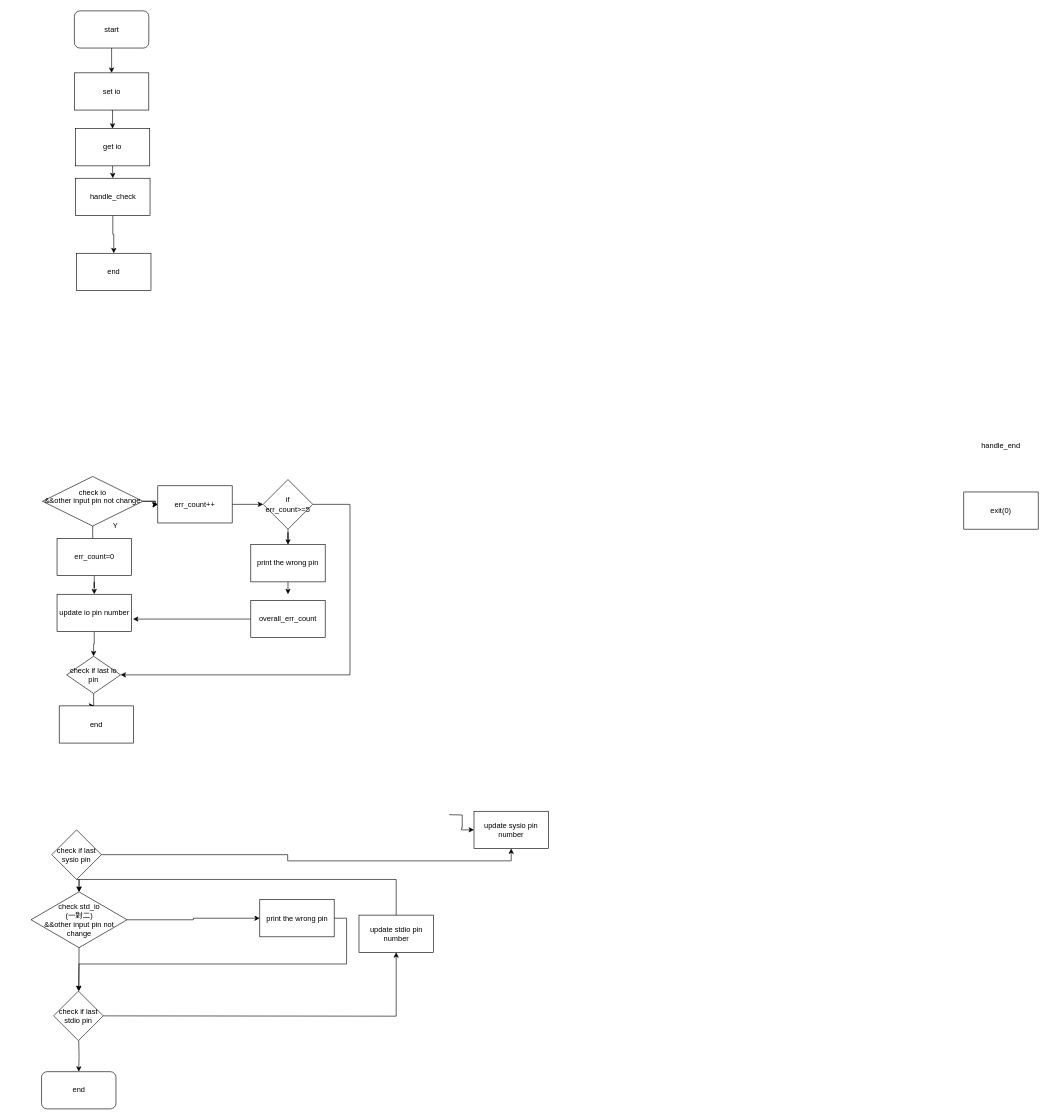
Above: io_test_rewrite.drawio in eziohzy/FlowChartRepository (draw.io), before the change. Source tidied: cells renumbered, new cells numbered last; positions are measured from the earlier drawing's top-left corner, leaving out a move shared by most shapes. Both pictures are drawn from the tidied source at 62%, with x=0, y=0 at pixel (31, 11).
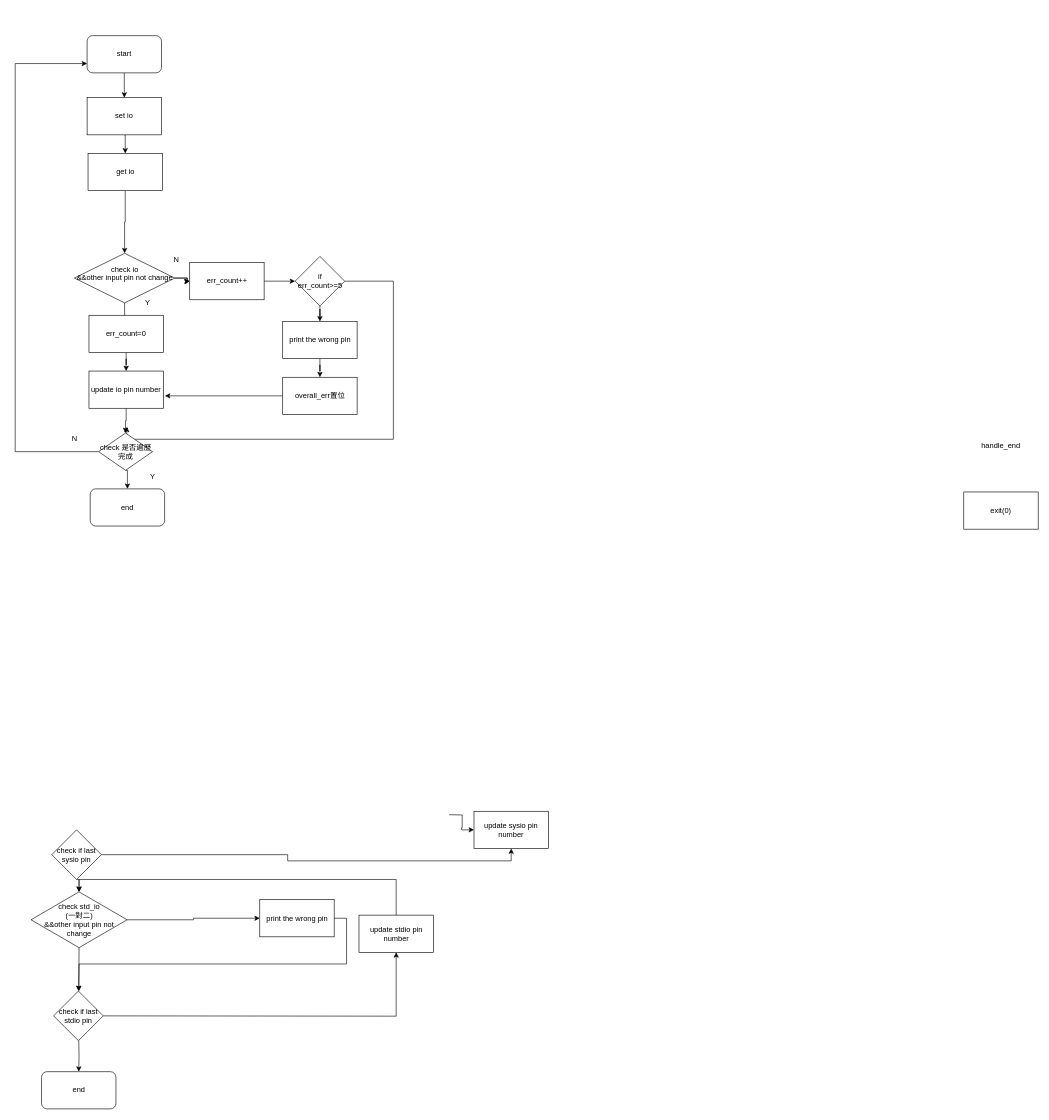
The same page after the edit.

The edit, as a diff of the source:
```diff
@@
     <mxCell id="2" style="edgeStyle=orthogonalEdgeStyle;rounded=0;jettySize=auto;html=1;" parent="1" edge="1" source="5">
       <mxGeometry relative="1" as="geometry">
-        <mxPoint x="204" y="796" as="targetPoint" />
+        <mxPoint x="255.5" y="436" as="targetPoint" />
       </mxGeometry>
     </mxCell>
@@
     <mxCell id="4" style="edgeStyle=orthogonalEdgeStyle;rounded=0;jettySize=auto;html=1;" parent="1" edge="1" source="5">
       <mxGeometry relative="1" as="geometry">
-        <mxPoint x="99" y="871" as="targetPoint" />
+        <mxPoint x="150.5" y="511" as="targetPoint" />
       </mxGeometry>
     </mxCell>
     <mxCell id="5" value="&lt;div&gt;check io&lt;/div&gt;&lt;div&gt;&amp;amp;&amp;amp;other input pin not change&lt;br&gt;&lt;/div&gt;&lt;div&gt;&lt;br&gt;&lt;/div&gt;" style="rhombus;whiteSpace=wrap;html=1;" parent="1" vertex="1">
-      <mxGeometry x="18" y="751" width="162" height="80" as="geometry" />
+      <mxGeometry x="69.5" y="391" width="162" height="80" as="geometry" />
     </mxCell>
@@
     <mxCell id="9" value="Y" style="text;html=1;strokeColor=none;fillColor=none;align=center;verticalAlign=middle;whiteSpace=wrap;rounded=0;" parent="1" vertex="1">
-      <mxGeometry x="116" y="821" width="40" height="20" as="geometry" />
+      <mxGeometry x="167.5" y="461" width="40" height="20" as="geometry" />
     </mxCell>
@@
     <mxCell id="24" value="start" style="rounded=1;whiteSpace=wrap;html=1;" parent="1" vertex="1">
-      <mxGeometry x="69.5" width="120" height="60" as="geometry" />
+      <mxGeometry x="90" y="40" width="120" height="60" as="geometry" />
     </mxCell>
@@
     <mxCell id="26" value="set io" style="rounded=0;whiteSpace=wrap;html=1;" parent="1" vertex="1">
-      <mxGeometry x="69.5" y="100" width="120" height="60" as="geometry" />
+      <mxGeometry x="90" y="140" width="120" height="60" as="geometry" />
     </mxCell>
-    <mxCell id="27" style="edgeStyle=orthogonalEdgeStyle;rounded=0;jettySize=auto;html=1;exitX=0.5;exitY=1;exitDx=0;exitDy=0;entryX=0.5;entryY=0;entryDx=0;entryDy=0;" parent="1" edge="1" source="28" target="42">
+    <mxCell id="27" style="edgeStyle=orthogonalEdgeStyle;rounded=0;jettySize=auto;html=1;exitX=0.5;exitY=1;exitDx=0;exitDy=0;entryX=0.5;entryY=0;entryDx=0;entryDy=0;" parent="1" edge="1" source="28" target="5">
       <mxGeometry relative="1" as="geometry" />
     </mxCell>
     <mxCell id="28" value="get io" style="rounded=0;whiteSpace=wrap;html=1;" parent="1" vertex="1">
-      <mxGeometry x="71" y="190" width="120" height="60" as="geometry" />
+      <mxGeometry x="91.5" y="230" width="120" height="60" as="geometry" />
     </mxCell>
@@
     <mxCell id="30" value="err_count++" style="rounded=0;whiteSpace=wrap;html=1;" parent="1" vertex="1">
-      <mxGeometry x="204" y="766" width="120" height="60" as="geometry" />
+      <mxGeometry x="255.5" y="406" width="120" height="60" as="geometry" />
     </mxCell>
@@
     <mxCell id="32" value="err_count=0" style="rounded=0;whiteSpace=wrap;html=1;" parent="1" vertex="1">
-      <mxGeometry x="41.5" y="851" width="120" height="60" as="geometry" />
+      <mxGeometry x="93" y="491" width="120" height="60" as="geometry" />
     </mxCell>
-    <mxCell id="33" style="edgeStyle=orthogonalEdgeStyle;rounded=0;jettySize=auto;html=1;entryX=0.5;entryY=0;entryDx=0;entryDy=0;" parent="1" edge="1" source="35" target="39">
-      <mxGeometry relative="1" as="geometry">
-        <Array as="points">
-          <mxPoint x="514" y="796" />
-          <mxPoint x="514" y="1071" />
-        </Array>
-      </mxGeometry>
-    </mxCell>
@@
+    <mxCell id="50" style="edgeStyle=orthogonalEdgeStyle;rounded=0;jettySize=auto;html=1;" parent="1" edge="1" source="35">
+      <mxGeometry relative="1" as="geometry">
+        <mxPoint x="154" y="671" as="targetPoint" />
+        <Array as="points">
+          <mxPoint x="584" y="436" />
+          <mxPoint x="584" y="691" />
+          <mxPoint x="154" y="691" />
+        </Array>
+      </mxGeometry>
+    </mxCell>
     <mxCell id="35" value="if err_count&amp;gt;=5" style="rhombus;whiteSpace=wrap;html=1;" parent="1" vertex="1">
-      <mxGeometry x="374" y="756" width="80" height="80" as="geometry" />
+      <mxGeometry x="425.5" y="396" width="80" height="80" as="geometry" />
     </mxCell>
@@
     <mxCell id="37" value="update io pin number" style="rounded=0;whiteSpace=wrap;html=1;" parent="1" vertex="1">
-      <mxGeometry x="41.5" y="941" width="120" height="60" as="geometry" />
+      <mxGeometry x="93" y="581" width="120" height="60" as="geometry" />
     </mxCell>
-    <mxCell id="38" style="edgeStyle=orthogonalEdgeStyle;rounded=0;jettySize=auto;html=1;" parent="1" edge="1" source="39">
-      <mxGeometry relative="1" as="geometry">
-        <mxPoint x="101" y="1121" as="targetPoint" />
-      </mxGeometry>
-    </mxCell>
+    <mxCell id="51" style="edgeStyle=orthogonalEdgeStyle;rounded=0;jettySize=auto;html=1;exitX=0.5;exitY=1;exitDx=0;exitDy=0;entryX=0;entryY=0.75;entryDx=0;entryDy=0;" parent="1" edge="1" source="39" target="24">
+      <mxGeometry relative="1" as="geometry">
+        <Array as="points">
+          <mxPoint x="-26" y="711" />
+          <mxPoint x="-26" y="85" />
+        </Array>
+      </mxGeometry>
+    </mxCell>
+    <mxCell id="52" style="edgeStyle=orthogonalEdgeStyle;rounded=0;jettySize=auto;html=1;exitX=1;exitY=0.5;exitDx=0;exitDy=0;entryX=0.5;entryY=0;entryDx=0;entryDy=0;" parent="1" edge="1" source="39" target="53">
+      <mxGeometry relative="1" as="geometry" />
+    </mxCell>
-    <mxCell id="39" value="check if last io pin" style="rhombus;whiteSpace=wrap;html=1;direction=south;" parent="1" vertex="1">
-      <mxGeometry x="57" y="1041" width="87" height="60" as="geometry" />
+    <mxCell id="39" value="check 是否遍歷完成" style="rhombus;whiteSpace=wrap;html=1;direction=south;" parent="1" vertex="1">
+      <mxGeometry x="108.5" y="681" width="87" height="60" as="geometry" />
     </mxCell>
-    <mxCell id="40" value="end" style="rounded=0;whiteSpace=wrap;html=1;" parent="1" vertex="1">
-      <mxGeometry x="45" y="1121" width="120" height="60" as="geometry" />
-    </mxCell>
-    <mxCell id="41" style="edgeStyle=orthogonalEdgeStyle;rounded=0;jettySize=auto;html=1;exitX=0.5;exitY=1;exitDx=0;exitDy=0;entryX=0.5;entryY=0;entryDx=0;entryDy=0;" parent="1" edge="1" source="42" target="45">
-      <mxGeometry relative="1" as="geometry" />
-    </mxCell>
-    <mxCell id="42" value="handle_check" style="rounded=0;whiteSpace=wrap;html=1;" parent="1" vertex="1">
-      <mxGeometry x="71.5" y="270" width="120" height="60" as="geometry" />
-    </mxCell>
-    <mxCell id="43" style="edgeStyle=orthogonalEdgeStyle;rounded=0;jettySize=auto;html=1;" parent="1" edge="1" source="44">
-      <mxGeometry relative="1" as="geometry">
-        <mxPoint x="414" y="941" as="targetPoint" />
-      </mxGeometry>
+    <mxCell id="43" style="edgeStyle=orthogonalEdgeStyle;rounded=0;jettySize=auto;html=1;" parent="1" edge="1" source="44" target="49">
+      <mxGeometry relative="1" as="geometry" />
     </mxCell>
     <mxCell id="44" value="print the wrong pin" style="rounded=0;whiteSpace=wrap;html=1;" parent="1" vertex="1">
-      <mxGeometry x="354" y="861" width="120" height="60" as="geometry" />
+      <mxGeometry x="405.5" y="501" width="120" height="60" as="geometry" />
     </mxCell>
-    <mxCell id="45" value="end" style="rounded=0;whiteSpace=wrap;html=1;" parent="1" vertex="1">
-      <mxGeometry x="73" y="391" width="120" height="60" as="geometry" />
-    </mxCell>
@@
     <mxCell id="48" style="edgeStyle=orthogonalEdgeStyle;rounded=0;jettySize=auto;html=1;" parent="1" edge="1" source="49">
       <mxGeometry relative="1" as="geometry">
-        <mxPoint x="164" y="981" as="targetPoint" />
+        <mxPoint x="215.5" y="621" as="targetPoint" />
       </mxGeometry>
     </mxCell>
-    <mxCell id="49" value="overall_err_count" style="rounded=0;whiteSpace=wrap;html=1;" parent="1" vertex="1">
-      <mxGeometry x="354" y="951" width="120" height="60" as="geometry" />
+    <mxCell id="49" value="overall_err置位" style="rounded=0;whiteSpace=wrap;html=1;" parent="1" vertex="1">
+      <mxGeometry x="405.5" y="591" width="120" height="60" as="geometry" />
     </mxCell>
+    <mxCell id="53" value="end" style="rounded=1;whiteSpace=wrap;html=1;" parent="1" vertex="1">
+      <mxGeometry x="95" y="771" width="120" height="60" as="geometry" />
+    </mxCell>
+    <mxCell id="54" value="N" style="text;html=1;strokeColor=none;fillColor=none;align=center;verticalAlign=middle;whiteSpace=wrap;rounded=0;" parent="1" vertex="1">
+      <mxGeometry x="50" y="681" width="40" height="20" as="geometry" />
+    </mxCell>
+    <mxCell id="55" value="Y" style="text;html=1;strokeColor=none;fillColor=none;align=center;verticalAlign=middle;whiteSpace=wrap;rounded=0;" parent="1" vertex="1">
+      <mxGeometry x="176" y="741" width="40" height="20" as="geometry" />
+    </mxCell>
+    <mxCell id="56" value="N" style="text;html=1;strokeColor=none;fillColor=none;align=center;verticalAlign=middle;whiteSpace=wrap;rounded=0;" parent="1" vertex="1">
+      <mxGeometry x="214" y="391" width="40" height="20" as="geometry" />
+    </mxCell>
```
